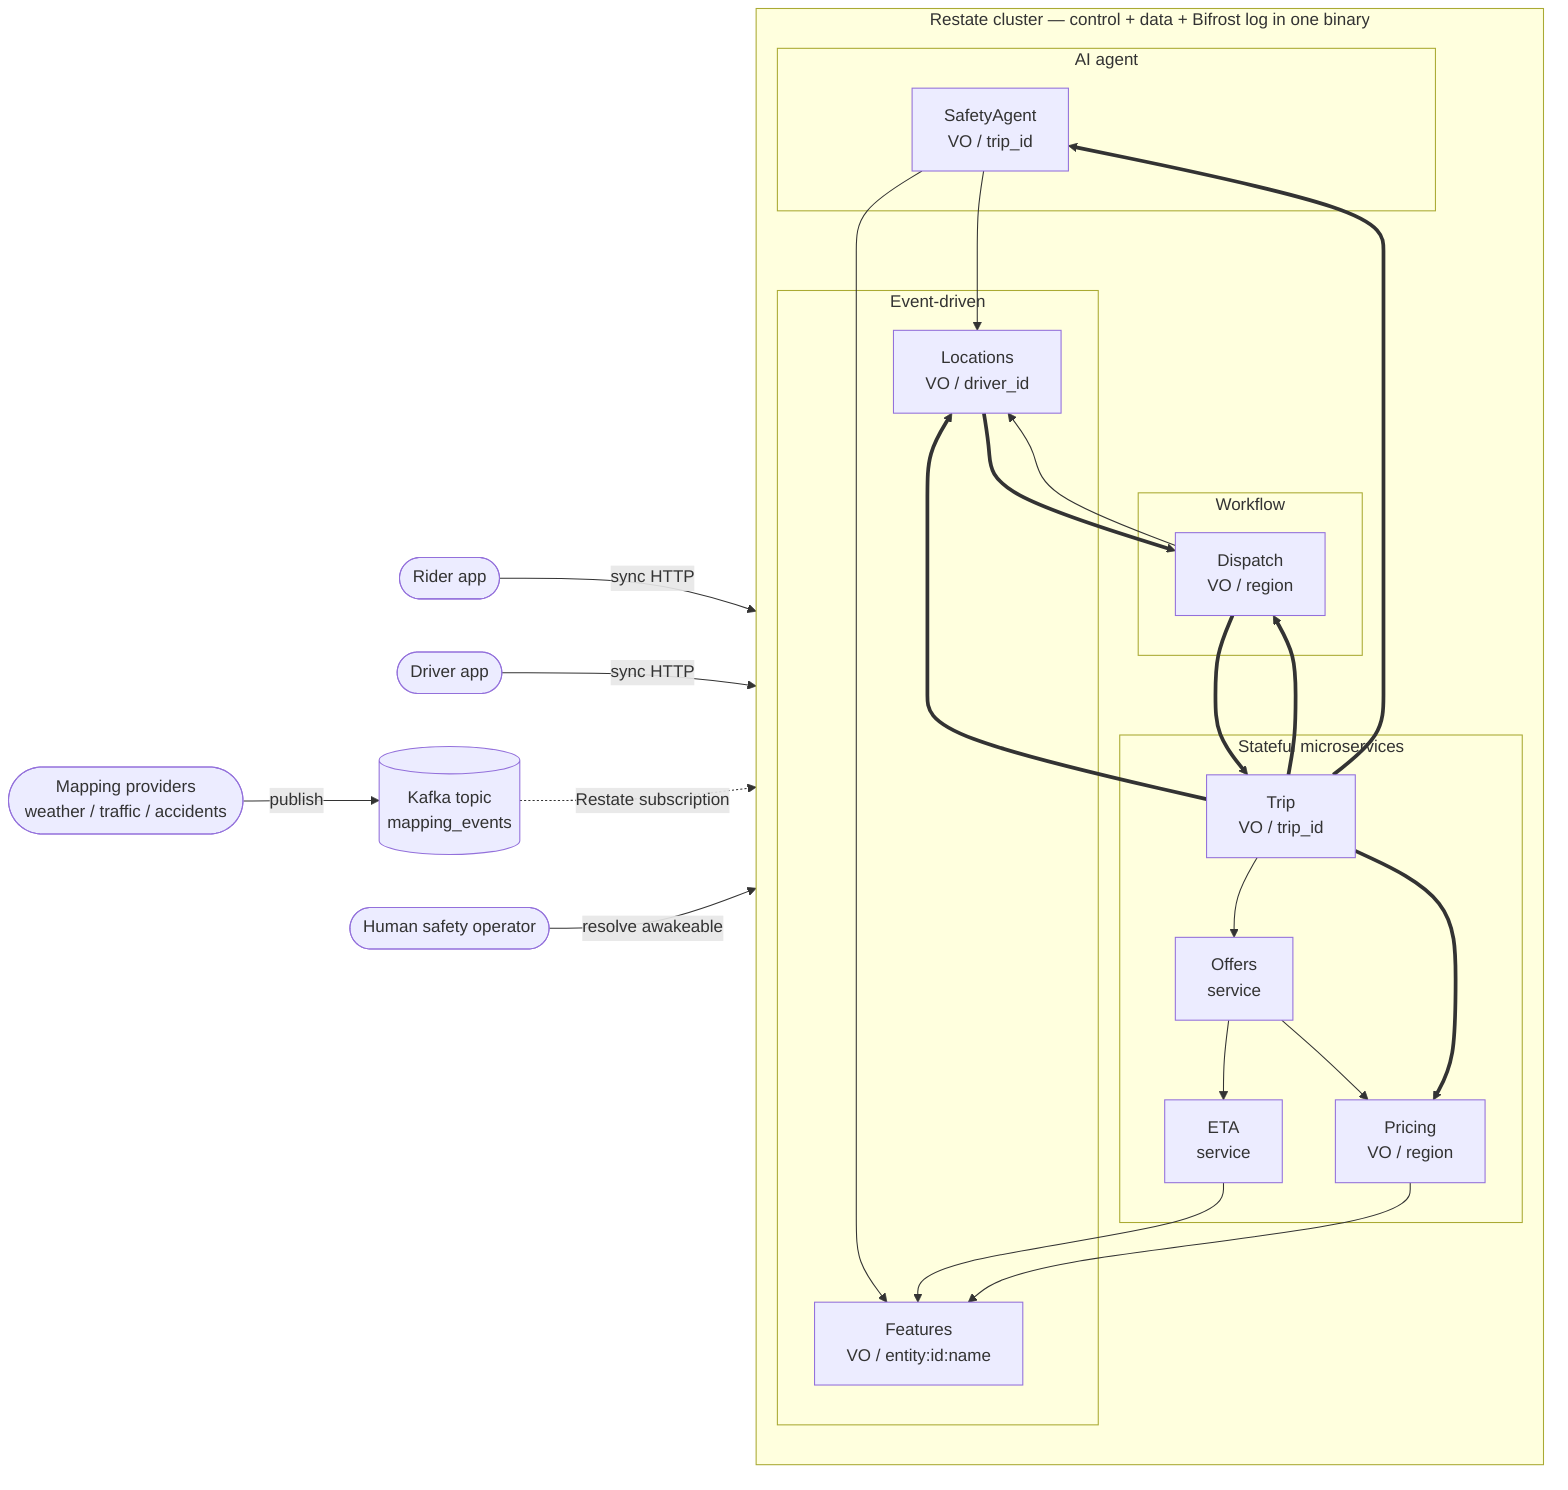
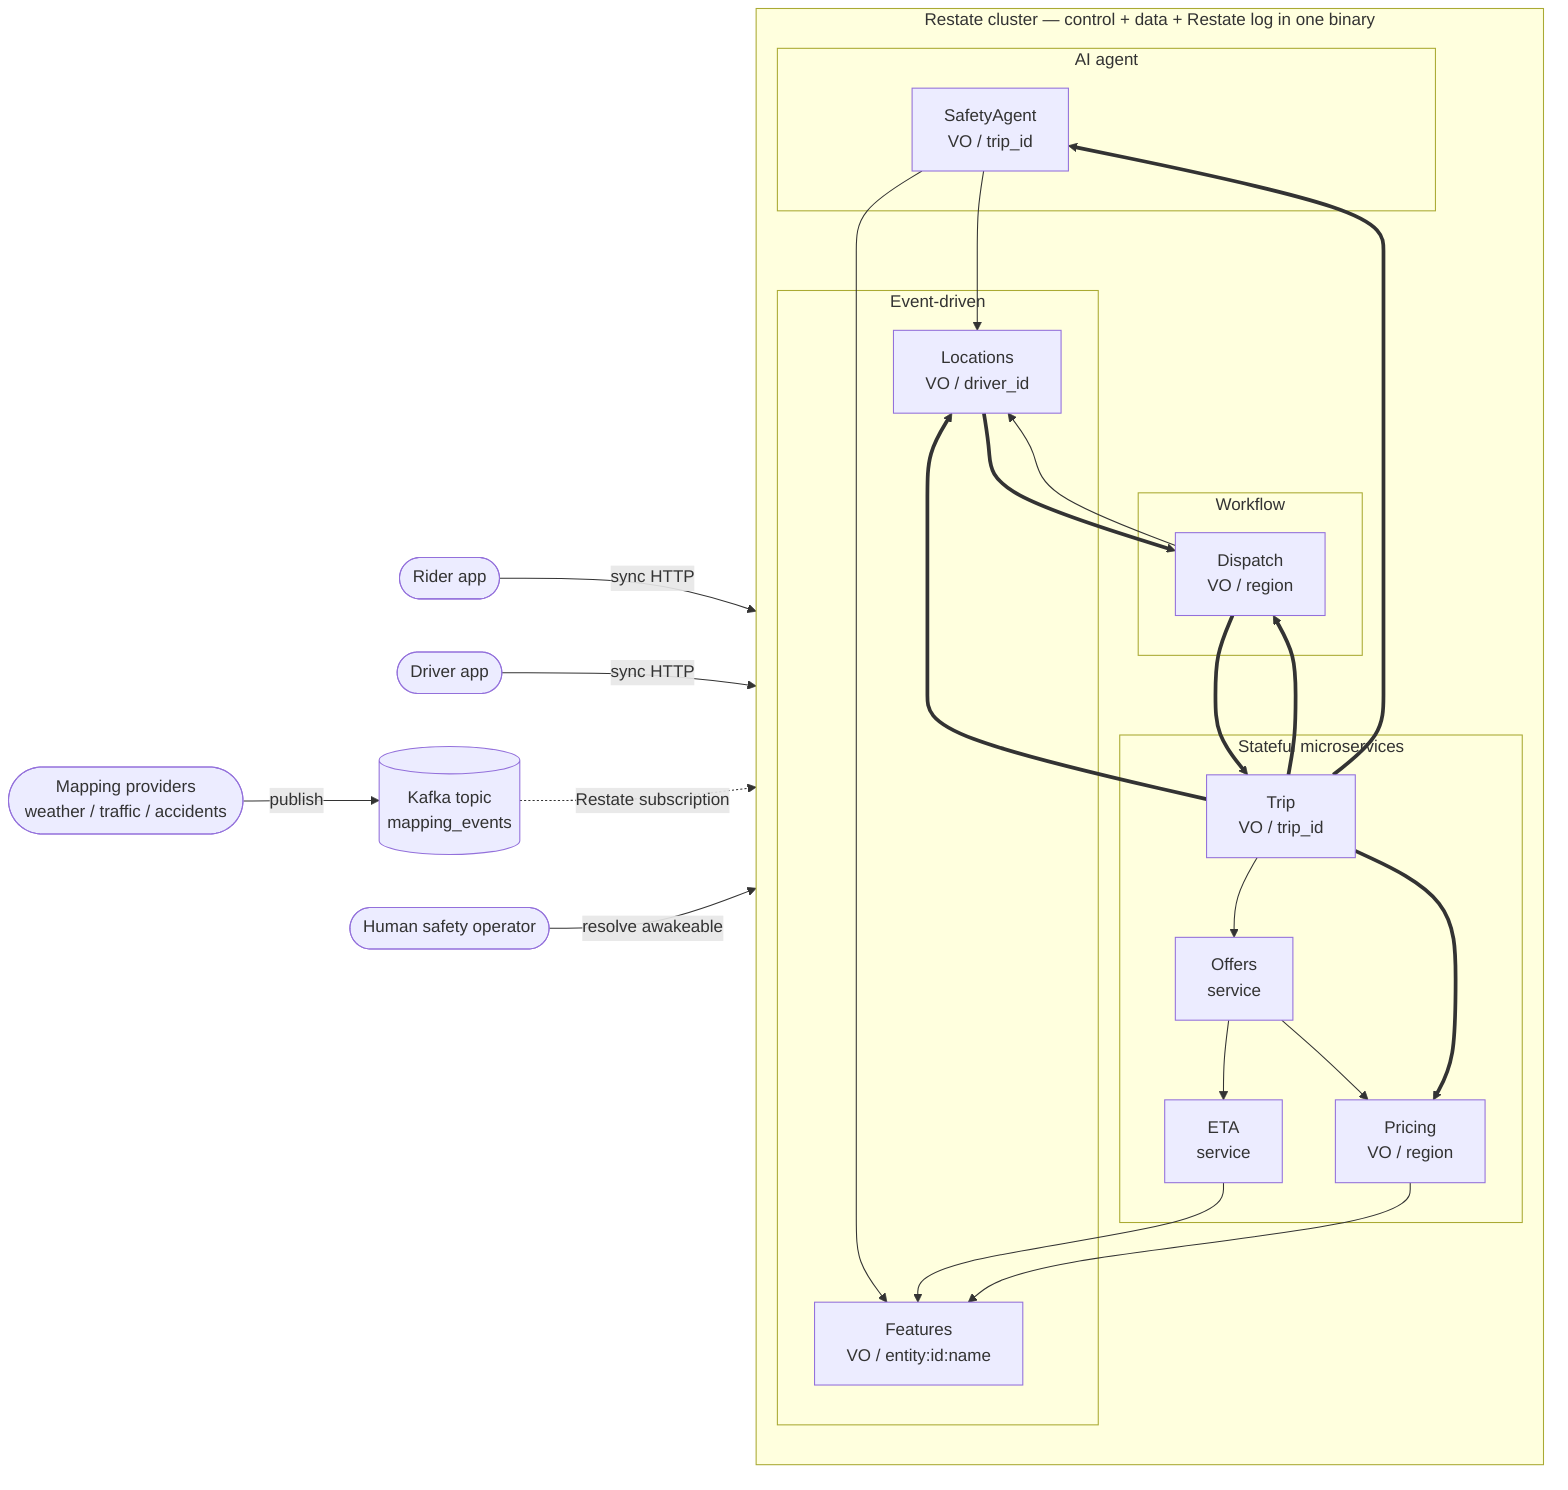
flowchart LR
    Rider([Rider app])
    Driver([Driver app])
    Provider([Mapping providers<br/>weather / traffic / accidents])
    Operator([Human safety operator])
    Kafka[("Kafka topic<br/>mapping_events")]

-     subgraph Restate["Restate cluster — control + data + Bifrost log in one binary"]
+     subgraph Restate["Restate cluster — control + data + Restate log in one binary"]
      direction TB
      subgraph SM["Stateful microservices"]
        Trip["Trip<br/>VO / trip_id"]
        Offers["Offers<br/>service"]
        Pricing["Pricing<br/>VO / region"]
        ETA["ETA<br/>service"]
      end
      subgraph ED["Event-driven"]
        Locations["Locations<br/>VO / driver_id"]
        Features["Features<br/>VO / entity:id:name"]
      end
      subgraph WF["Workflow"]
        Dispatch["Dispatch<br/>VO / region"]
      end
      subgraph AI["AI agent"]
        Safety["SafetyAgent<br/>VO / trip_id"]
      end
    end

    Rider -->|sync HTTP| Trip
    Driver -->|sync HTTP| Locations
    Provider -->|publish| Kafka
    Kafka -.->|Restate subscription| Features
    Operator -->|resolve awakeable| Safety

    Trip --> Offers
    Offers --> ETA
    Offers --> Pricing
    Dispatch --> Locations
    Safety --> Locations
    Safety --> Features
    ETA --> Features
    Pricing --> Features

    Trip ==> Pricing
    Trip ==> Dispatch
    Trip ==> Locations
    Trip ==> Safety
    Dispatch ==> Trip
    Locations ==> Dispatch
